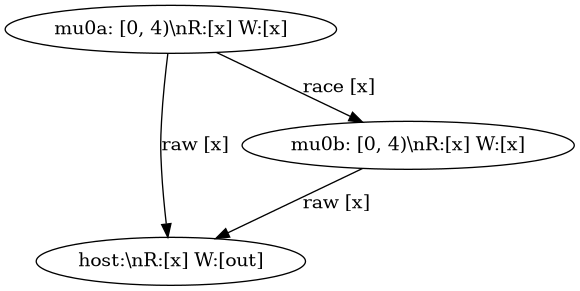
Above: out/parallel_carry.png in Servyi-Agent/pypto-symir (Graphviz), before the change. Its source is kept beside it as out/parallel_carry.dot. The source it was exported from:
```dot
digraph {
    0 [ label = "host:\\nR:[x] W:[out]" ]
    1 [ label = "mu0a: [0, 4)\\nR:[x] W:[x]" ]
    2 [ label = "mu0b: [0, 4)\\nR:[x] W:[x]" ]
    1 -> 2 [ label = "race [x]" ]
    1 -> 0 [ label = "raw [x]" ]
    2 -> 0 [ label = "raw [x]" ]
}
```
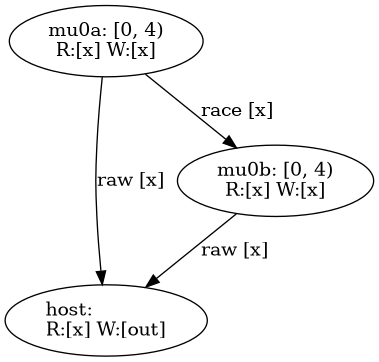
Later version of the same file.

The edit, as a diff of the source:
```diff
@@ -1,7 +1,7 @@
 digraph {
-    0 [ label = "host:\\nR:[x] W:[out]" ]
-    1 [ label = "mu0a: [0, 4)\\nR:[x] W:[x]" ]
-    2 [ label = "mu0b: [0, 4)\\nR:[x] W:[x]" ]
+    0 [ label = "host:\lR:[x] W:[out]" ]
+    1 [ label = "mu0a: [0, 4)\lR:[x] W:[x]" ]
+    2 [ label = "mu0b: [0, 4)\lR:[x] W:[x]" ]
     1 -> 2 [ label = "race [x]" ]
     1 -> 0 [ label = "raw [x]" ]
     2 -> 0 [ label = "raw [x]" ]
```
